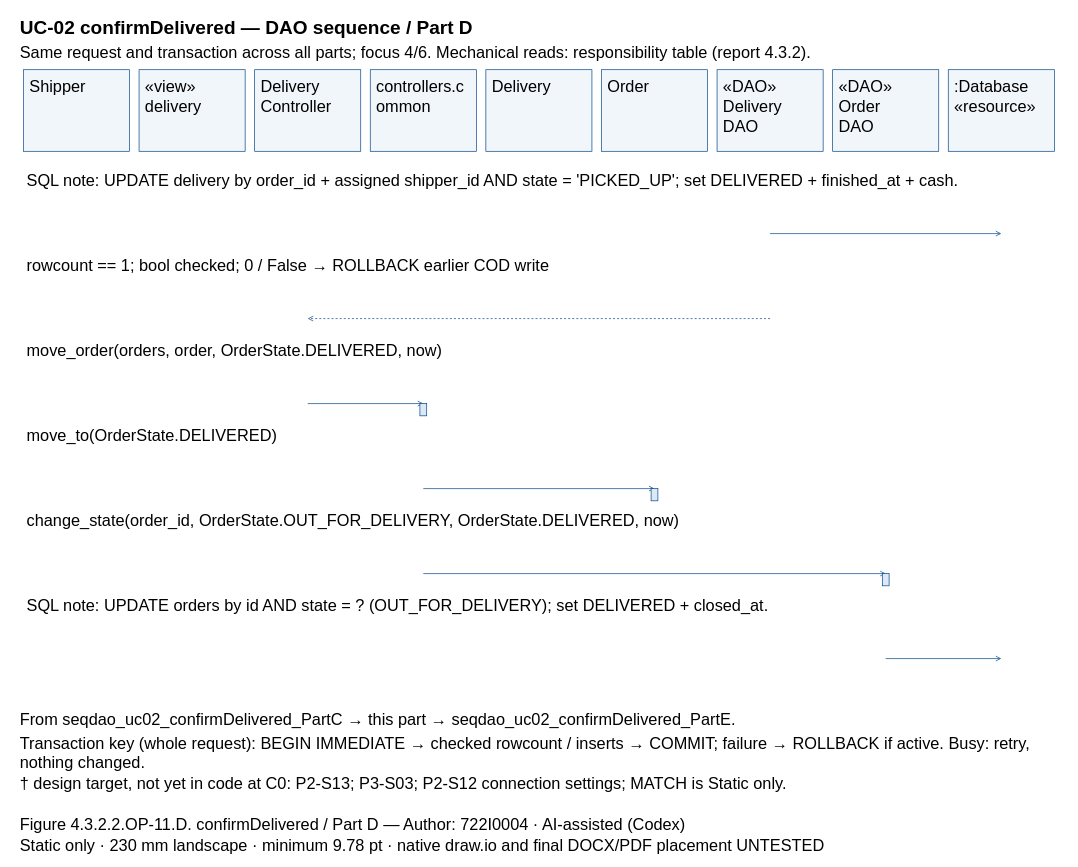
Above: models/UC-02/seqdao_uc02_confirmDelivered_PartD.drawio in Dat071104/SaigonBite (draw.io), before the change. Source tidied: cells renumbered, new cells numbered last; positions are measured from the earlier drawing's top-left corner, leaving out a move shared by most shapes. Both pictures are drawn from the tidied source at 68%, with x=0, y=0 at pixel (18, 12).
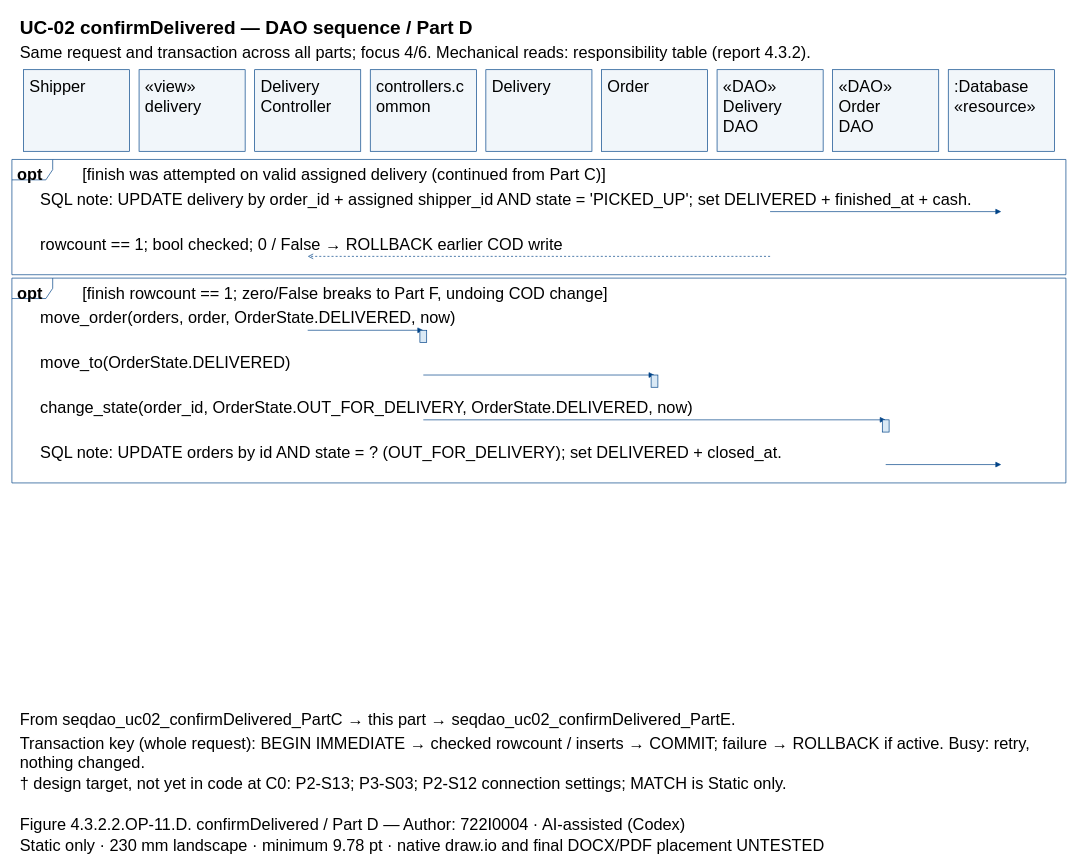
The same diagram, later.

Diff of the diagram source:
```diff
@@
+    <mxCell id="54" style="shape=umlFrame;fillColor=none;strokeColor=#004387;" parent="1" vertex="1">
+      <mxGeometry x="-10" y="217" width="1550" height="169.5" as="geometry" />
+    </mxCell>
+    <mxCell id="55" style="shape=umlFrame;fillColor=none;strokeColor=#004387;" parent="1" vertex="1">
+      <mxGeometry x="-10" y="391.5" width="1550" height="301.2" as="geometry" />
+    </mxCell>
@@
-    <mxCell id="5" value="Shipper" style="text;html=0;whiteSpace=wrap;align=left;verticalAlign=top;strokeColor=none;fillColor=none;fontFamily=Arial;fontSize=24;fontStyle=0;" parent="1" vertex="1">
-      <mxGeometry x="14" y="90" width="142" height="27.8" as="geometry" />
-    </mxCell>
+    <mxCell id="7" value="Shipper" style="text;html=0;whiteSpace=wrap;align=left;verticalAlign=top;strokeColor=none;fillColor=none;fontFamily=Arial;fontSize=24;fontStyle=0;" parent="1" vertex="1">
+      <mxGeometry x="14" y="90" width="142" height="27.8" as="geometry" />
+    </mxCell>
@@
-    <mxCell id="7" value="«view»&#10;delivery" style="text;html=0;whiteSpace=wrap;align=left;verticalAlign=top;strokeColor=none;fillColor=none;fontFamily=Arial;fontSize=24;fontStyle=0;" parent="1" vertex="1">
-      <mxGeometry x="184" y="90" width="142" height="55.7" as="geometry" />
-    </mxCell>
+    <mxCell id="9" value="«view»&#10;delivery" style="text;html=0;whiteSpace=wrap;align=left;verticalAlign=top;strokeColor=none;fillColor=none;fontFamily=Arial;fontSize=24;fontStyle=0;" parent="1" vertex="1">
+      <mxGeometry x="184" y="90" width="142" height="55.7" as="geometry" />
+    </mxCell>
@@
-    <mxCell id="9" value="Delivery&#10;Controller" style="text;html=0;whiteSpace=wrap;align=left;verticalAlign=top;strokeColor=none;fillColor=none;fontFamily=Arial;fontSize=24;fontStyle=0;" parent="1" vertex="1">
-      <mxGeometry x="354" y="90" width="142" height="55.7" as="geometry" />
-    </mxCell>
+    <mxCell id="11" value="Delivery&#10;Controller" style="text;html=0;whiteSpace=wrap;align=left;verticalAlign=top;strokeColor=none;fillColor=none;fontFamily=Arial;fontSize=24;fontStyle=0;" parent="1" vertex="1">
+      <mxGeometry x="354" y="90" width="142" height="55.7" as="geometry" />
+    </mxCell>
@@
-    <mxCell id="11" value="controllers.c&#10;ommon" style="text;html=0;whiteSpace=wrap;align=left;verticalAlign=top;strokeColor=none;fillColor=none;fontFamily=Arial;fontSize=24;fontStyle=0;" parent="1" vertex="1">
-      <mxGeometry x="524" y="90" width="142" height="55.7" as="geometry" />
-    </mxCell>
+    <mxCell id="13" value="controllers.c&#10;ommon" style="text;html=0;whiteSpace=wrap;align=left;verticalAlign=top;strokeColor=none;fillColor=none;fontFamily=Arial;fontSize=24;fontStyle=0;" parent="1" vertex="1">
+      <mxGeometry x="524" y="90" width="142" height="55.7" as="geometry" />
+    </mxCell>
@@
-    <mxCell id="13" value="Delivery" style="text;html=0;whiteSpace=wrap;align=left;verticalAlign=top;strokeColor=none;fillColor=none;fontFamily=Arial;fontSize=24;fontStyle=0;" parent="1" vertex="1">
-      <mxGeometry x="694" y="90" width="142" height="27.8" as="geometry" />
-    </mxCell>
+    <mxCell id="15" value="Delivery" style="text;html=0;whiteSpace=wrap;align=left;verticalAlign=top;strokeColor=none;fillColor=none;fontFamily=Arial;fontSize=24;fontStyle=0;" parent="1" vertex="1">
+      <mxGeometry x="694" y="90" width="142" height="27.8" as="geometry" />
+    </mxCell>
@@
-    <mxCell id="15" value="Order" style="text;html=0;whiteSpace=wrap;align=left;verticalAlign=top;strokeColor=none;fillColor=none;fontFamily=Arial;fontSize=24;fontStyle=0;" parent="1" vertex="1">
-      <mxGeometry x="864" y="90" width="142" height="27.8" as="geometry" />
-    </mxCell>
+    <mxCell id="17" value="Order" style="text;html=0;whiteSpace=wrap;align=left;verticalAlign=top;strokeColor=none;fillColor=none;fontFamily=Arial;fontSize=24;fontStyle=0;" parent="1" vertex="1">
+      <mxGeometry x="864" y="90" width="142" height="27.8" as="geometry" />
+    </mxCell>
@@
-    <mxCell id="17" value="«DAO»&#10;Delivery&#10;DAO" style="text;html=0;whiteSpace=wrap;align=left;verticalAlign=top;strokeColor=none;fillColor=none;fontFamily=Arial;fontSize=24;fontStyle=0;" parent="1" vertex="1">
-      <mxGeometry x="1034" y="90" width="142" height="83.5" as="geometry" />
-    </mxCell>
+    <mxCell id="19" value="«DAO»&#10;Delivery&#10;DAO" style="text;html=0;whiteSpace=wrap;align=left;verticalAlign=top;strokeColor=none;fillColor=none;fontFamily=Arial;fontSize=24;fontStyle=0;" parent="1" vertex="1">
+      <mxGeometry x="1034" y="90" width="142" height="83.5" as="geometry" />
+    </mxCell>
@@
-    <mxCell id="19" value="«DAO»&#10;Order&#10;DAO" style="text;html=0;whiteSpace=wrap;align=left;verticalAlign=top;strokeColor=none;fillColor=none;fontFamily=Arial;fontSize=24;fontStyle=0;" parent="1" vertex="1">
-      <mxGeometry x="1204" y="90" width="142" height="83.5" as="geometry" />
-    </mxCell>
+    <mxCell id="21" value="«DAO»&#10;Order&#10;DAO" style="text;html=0;whiteSpace=wrap;align=left;verticalAlign=top;strokeColor=none;fillColor=none;fontFamily=Arial;fontSize=24;fontStyle=0;" parent="1" vertex="1">
+      <mxGeometry x="1204" y="90" width="142" height="83.5" as="geometry" />
+    </mxCell>
@@
-    <mxCell id="21" value=":Database&#10;«resource»" style="text;html=0;whiteSpace=wrap;align=left;verticalAlign=top;strokeColor=none;fillColor=none;fontFamily=Arial;fontSize=24;fontStyle=0;" parent="1" vertex="1">
-      <mxGeometry x="1374" y="90" width="142" height="55.7" as="geometry" />
-    </mxCell>
+    <mxCell id="56" value=":Database&#10;«resource»" style="text;html=0;whiteSpace=wrap;align=left;verticalAlign=top;strokeColor=none;fillColor=none;fontFamily=Arial;fontSize=24;fontStyle=0;" parent="1" vertex="1">
+      <mxGeometry x="1374" y="90" width="142" height="55.7" as="geometry" />
+    </mxCell>
+    <mxCell id="57" value="opt" style="text;html=0;whiteSpace=wrap;align=left;verticalAlign=top;strokeColor=none;fillColor=none;fontFamily=Arial;fontSize=24;fontStyle=1;" parent="1" vertex="1">
+      <mxGeometry x="-4" y="218" width="84" height="27.8" as="geometry" />
+    </mxCell>
+    <mxCell id="58" value="[finish was attempted on valid assigned delivery (continued from Part C)]" style="text;html=0;whiteSpace=wrap;align=left;verticalAlign=top;strokeColor=none;fillColor=none;fontFamily=Arial;fontSize=24;fontStyle=0;" parent="1" vertex="1">
+      <mxGeometry x="92" y="218" width="1438" height="27.8" as="geometry" />
+    </mxCell>
+    <mxCell id="59" value="opt" style="text;html=0;whiteSpace=wrap;align=left;verticalAlign=top;strokeColor=none;fillColor=none;fontFamily=Arial;fontSize=24;fontStyle=1;" parent="1" vertex="1">
+      <mxGeometry x="-4" y="392.5" width="84" height="27.8" as="geometry" />
+    </mxCell>
+    <mxCell id="60" value="[finish rowcount == 1; zero/False breaks to Part F, undoing COD change]" style="text;html=0;whiteSpace=wrap;align=left;verticalAlign=top;strokeColor=none;fillColor=none;fontFamily=Arial;fontSize=24;fontStyle=0;" parent="1" vertex="1">
+      <mxGeometry x="92" y="392.5" width="1438" height="27.8" as="geometry" />
+    </mxCell>
     <mxCell id="22" value="SQL note: UPDATE delivery by order_id + assigned shipper_id AND state = 'PICKED_UP'; set DELIVERED + finished_at + cash." style="text;html=0;whiteSpace=wrap;align=left;verticalAlign=top;strokeColor=none;fillColor=none;fontFamily=Arial;fontSize=24;fontStyle=0;" parent="1" vertex="1">
-      <mxGeometry x="10" y="227" width="1510" height="27.8" as="geometry" />
+      <mxGeometry x="30" y="254.8" width="1470" height="27.8" as="geometry" />
     </mxCell>
     <mxCell id="23" style="opacity=0;" parent="1" vertex="1">
-      <mxGeometry x="1105" y="326" as="geometry" />
+      <mxGeometry x="1105" y="293.7" as="geometry" />
     </mxCell>
     <mxCell id="24" style="opacity=0;" parent="1" vertex="1">
-      <mxGeometry x="1445" y="326" as="geometry" />
+      <mxGeometry x="1445" y="293.7" as="geometry" />
     </mxCell>
-    <mxCell id="25" style="edgeStyle=none;endArrow=open;strokeColor=#004387;exitX=0.5;entryX=0.5;exitPerimeter=0;entryPerimeter=0;" parent="1" edge="1" source="23" target="24">
+    <mxCell id="25" style="edgeStyle=none;endArrow=block;endFill=1;strokeColor=#004387;exitX=0.5;entryX=0.5;exitPerimeter=0;entryPerimeter=0;" parent="1" edge="1" source="23" target="24">
       <mxGeometry relative="1" as="geometry" />
     </mxCell>
     <mxCell id="26" value="rowcount == 1; bool checked; 0 / False → ROLLBACK earlier COD write" style="text;html=0;whiteSpace=wrap;align=left;verticalAlign=top;strokeColor=none;fillColor=none;fontFamily=Arial;fontSize=24;fontStyle=0;" parent="1" vertex="1">
-      <mxGeometry x="10" y="352" width="1510" height="27.8" as="geometry" />
+      <mxGeometry x="30" y="320.7" width="1470" height="27.8" as="geometry" />
     </mxCell>
     <mxCell id="27" style="opacity=0;" parent="1" vertex="1">
-      <mxGeometry x="1105" y="451" as="geometry" />
+      <mxGeometry x="1105" y="359.5" as="geometry" />
     </mxCell>
     <mxCell id="28" style="opacity=0;" parent="1" vertex="1">
-      <mxGeometry x="425" y="451" as="geometry" />
+      <mxGeometry x="425" y="359.5" as="geometry" />
     </mxCell>
-    <mxCell id="29" style="edgeStyle=none;endArrow=open;strokeColor=#004387;dashed=1;exitX=0.5;entryX=0.5;exitPerimeter=0;entryPerimeter=0;" parent="1" edge="1" source="27" target="28">
+    <mxCell id="29" style="edgeStyle=none;endArrow=open;endFill=0;strokeColor=#004387;dashed=1;exitX=0.5;entryX=0.5;exitPerimeter=0;entryPerimeter=0;" parent="1" edge="1" source="27" target="28">
       <mxGeometry relative="1" as="geometry" />
     </mxCell>
-    <mxCell id="30" value="move_order(orders, order, OrderState.DELIVERED, now)" style="text;html=0;whiteSpace=wrap;align=left;verticalAlign=top;strokeColor=none;fillColor=none;fontFamily=Arial;fontSize=24;fontStyle=0;" parent="1" vertex="1">
-      <mxGeometry x="10" y="477" width="1510" height="27.8" as="geometry" />
-    </mxCell>
+    <mxCell id="40" value="move_order(orders, order, OrderState.DELIVERED, now)" style="text;html=0;whiteSpace=wrap;align=left;verticalAlign=top;strokeColor=none;fillColor=none;fontFamily=Arial;fontSize=24;fontStyle=0;" parent="1" vertex="1">
+      <mxGeometry x="30" y="429.4" width="1470" height="27.8" as="geometry" />
+    </mxCell>
     <mxCell id="31" style="opacity=0;" parent="1" vertex="1">
-      <mxGeometry x="425" y="576" as="geometry" />
+      <mxGeometry x="425" y="468.2" as="geometry" />
     </mxCell>
     <mxCell id="32" style="opacity=0;" parent="1" vertex="1">
-      <mxGeometry x="595" y="576" as="geometry" />
+      <mxGeometry x="595" y="468.2" as="geometry" />
     </mxCell>
-    <mxCell id="33" style="edgeStyle=none;endArrow=open;strokeColor=#004387;exitX=0.5;entryX=0.5;exitPerimeter=0;entryPerimeter=0;" parent="1" edge="1" source="31" target="32">
+    <mxCell id="33" style="edgeStyle=none;endArrow=block;endFill=1;strokeColor=#004387;exitX=0.5;entryX=0.5;exitPerimeter=0;entryPerimeter=0;" parent="1" edge="1" source="31" target="32">
       <mxGeometry relative="1" as="geometry" />
     </mxCell>
-    <mxCell id="34" style="fillColor=#DAE9F5;strokeColor=#004387;" parent="1" vertex="1">
-      <mxGeometry x="590" y="576" width="10" height="18" as="geometry" />
-    </mxCell>
-    <mxCell id="35" value="move_to(OrderState.DELIVERED)" style="text;html=0;whiteSpace=wrap;align=left;verticalAlign=top;strokeColor=none;fillColor=none;fontFamily=Arial;fontSize=24;fontStyle=0;" parent="1" vertex="1">
-      <mxGeometry x="10" y="602" width="1510" height="27.8" as="geometry" />
-    </mxCell>
+    <mxCell id="44" style="fillColor=#DAE9F5;strokeColor=#004387;" parent="1" vertex="1">
+      <mxGeometry x="590" y="468.2" width="10" height="18" as="geometry" />
+    </mxCell>
+    <mxCell id="45" value="move_to(OrderState.DELIVERED)" style="text;html=0;whiteSpace=wrap;align=left;verticalAlign=top;strokeColor=none;fillColor=none;fontFamily=Arial;fontSize=24;fontStyle=0;" parent="1" vertex="1">
+      <mxGeometry x="30" y="495.2" width="1470" height="27.8" as="geometry" />
+    </mxCell>
     <mxCell id="36" style="opacity=0;" parent="1" vertex="1">
-      <mxGeometry x="595" y="701" as="geometry" />
+      <mxGeometry x="595" y="534" as="geometry" />
     </mxCell>
     <mxCell id="37" style="opacity=0;" parent="1" vertex="1">
-      <mxGeometry x="935" y="701" as="geometry" />
+      <mxGeometry x="935" y="534" as="geometry" />
     </mxCell>
-    <mxCell id="38" style="edgeStyle=none;endArrow=open;strokeColor=#004387;exitX=0.5;entryX=0.5;exitPerimeter=0;entryPerimeter=0;" parent="1" edge="1" source="36" target="37">
+    <mxCell id="38" style="edgeStyle=none;endArrow=block;endFill=1;strokeColor=#004387;exitX=0.5;entryX=0.5;exitPerimeter=0;entryPerimeter=0;" parent="1" edge="1" source="36" target="37">
       <mxGeometry relative="1" as="geometry" />
     </mxCell>
-    <mxCell id="39" style="fillColor=#DAE9F5;strokeColor=#004387;" parent="1" vertex="1">
-      <mxGeometry x="930" y="701" width="10" height="18" as="geometry" />
-    </mxCell>
-    <mxCell id="40" value="change_state(order_id, OrderState.OUT_FOR_DELIVERY, OrderState.DELIVERED, now)" style="text;html=0;whiteSpace=wrap;align=left;verticalAlign=top;strokeColor=none;fillColor=none;fontFamily=Arial;fontSize=24;fontStyle=0;" parent="1" vertex="1">
-      <mxGeometry x="10" y="727" width="1510" height="27.8" as="geometry" />
-    </mxCell>
+    <mxCell id="61" style="fillColor=#DAE9F5;strokeColor=#004387;" parent="1" vertex="1">
+      <mxGeometry x="930" y="534" width="10" height="18" as="geometry" />
+    </mxCell>
+    <mxCell id="50" value="change_state(order_id, OrderState.OUT_FOR_DELIVERY, OrderState.DELIVERED, now)" style="text;html=0;whiteSpace=wrap;align=left;verticalAlign=top;strokeColor=none;fillColor=none;fontFamily=Arial;fontSize=24;fontStyle=0;" parent="1" vertex="1">
+      <mxGeometry x="30" y="561" width="1470" height="27.8" as="geometry" />
+    </mxCell>
     <mxCell id="41" style="opacity=0;" parent="1" vertex="1">
-      <mxGeometry x="595" y="826" as="geometry" />
+      <mxGeometry x="595" y="599.9" as="geometry" />
     </mxCell>
     <mxCell id="42" style="opacity=0;" parent="1" vertex="1">
-      <mxGeometry x="1275" y="826" as="geometry" />
+      <mxGeometry x="1275" y="599.9" as="geometry" />
     </mxCell>
-    <mxCell id="43" style="edgeStyle=none;endArrow=open;strokeColor=#004387;exitX=0.5;entryX=0.5;exitPerimeter=0;entryPerimeter=0;" parent="1" edge="1" source="41" target="42">
+    <mxCell id="43" style="edgeStyle=none;endArrow=block;endFill=1;strokeColor=#004387;exitX=0.5;entryX=0.5;exitPerimeter=0;entryPerimeter=0;" parent="1" edge="1" source="41" target="42">
       <mxGeometry relative="1" as="geometry" />
     </mxCell>
-    <mxCell id="44" style="fillColor=#DAE9F5;strokeColor=#004387;" parent="1" vertex="1">
-      <mxGeometry x="1270" y="826" width="10" height="18" as="geometry" />
-    </mxCell>
-    <mxCell id="45" value="SQL note: UPDATE orders by id AND state = ? (OUT_FOR_DELIVERY); set DELIVERED + closed_at." style="text;html=0;whiteSpace=wrap;align=left;verticalAlign=top;strokeColor=none;fillColor=none;fontFamily=Arial;fontSize=24;fontStyle=0;" parent="1" vertex="1">
-      <mxGeometry x="10" y="852" width="1510" height="27.8" as="geometry" />
-    </mxCell>
+    <mxCell id="62" style="fillColor=#DAE9F5;strokeColor=#004387;" parent="1" vertex="1">
+      <mxGeometry x="1270" y="599.9" width="10" height="18" as="geometry" />
+    </mxCell>
+    <mxCell id="53" value="SQL note: UPDATE orders by id AND state = ? (OUT_FOR_DELIVERY); set DELIVERED + closed_at." style="text;html=0;whiteSpace=wrap;align=left;verticalAlign=top;strokeColor=none;fillColor=none;fontFamily=Arial;fontSize=24;fontStyle=0;" parent="1" vertex="1">
+      <mxGeometry x="30" y="626.9" width="1470" height="27.8" as="geometry" />
+    </mxCell>
     <mxCell id="46" style="opacity=0;" parent="1" vertex="1">
-      <mxGeometry x="1275" y="951" as="geometry" />
+      <mxGeometry x="1275" y="665.7" as="geometry" />
     </mxCell>
     <mxCell id="47" style="opacity=0;" parent="1" vertex="1">
-      <mxGeometry x="1445" y="951" as="geometry" />
+      <mxGeometry x="1445" y="665.7" as="geometry" />
     </mxCell>
-    <mxCell id="48" style="edgeStyle=none;endArrow=open;strokeColor=#004387;exitX=0.5;entryX=0.5;exitPerimeter=0;entryPerimeter=0;" parent="1" edge="1" source="46" target="47">
+    <mxCell id="48" style="edgeStyle=none;endArrow=block;endFill=1;strokeColor=#004387;exitX=0.5;entryX=0.5;exitPerimeter=0;entryPerimeter=0;" parent="1" edge="1" source="46" target="47">
       <mxGeometry relative="1" as="geometry" />
     </mxCell>
@@
-    <mxCell id="50" value="Transaction key (whole request): BEGIN IMMEDIATE → checked rowcount / inserts → COMMIT; failure → ROLLBACK if active. Busy: retry,&#10;nothing changed." style="text;html=0;whiteSpace=wrap;align=left;verticalAlign=top;strokeColor=none;fillColor=none;fontFamily=Arial;fontSize=24;fontStyle=0;" parent="1" vertex="1">
-      <mxGeometry y="1055" width="1530" height="55.7" as="geometry" />
-    </mxCell>
+    <mxCell id="63" value="Transaction key (whole request): BEGIN IMMEDIATE → checked rowcount / inserts → COMMIT; failure → ROLLBACK if active. Busy: retry,&#10;nothing changed." style="text;html=0;whiteSpace=wrap;align=left;verticalAlign=top;strokeColor=none;fillColor=none;fontFamily=Arial;fontSize=24;fontStyle=0;" parent="1" vertex="1">
+      <mxGeometry y="1055" width="1530" height="55.7" as="geometry" />
+    </mxCell>
@@
-    <mxCell id="53" value="Static only · 230 mm landscape · minimum 9.78 pt · native draw.io and final DOCX/PDF placement UNTESTED" style="text;html=0;whiteSpace=wrap;align=left;verticalAlign=top;strokeColor=none;fillColor=none;fontFamily=Arial;fontSize=24;fontStyle=0;" parent="1" vertex="1">
-      <mxGeometry y="1205" width="1530" height="27.8" as="geometry" />
-    </mxCell>
+    <mxCell id="64" value="Static only · 230 mm landscape · minimum 9.78 pt · native draw.io and final DOCX/PDF placement UNTESTED" style="text;html=0;whiteSpace=wrap;align=left;verticalAlign=top;strokeColor=none;fillColor=none;fontFamily=Arial;fontSize=24;fontStyle=0;" parent="1" vertex="1">
+      <mxGeometry y="1205" width="1530" height="27.8" as="geometry" />
+    </mxCell>
```
